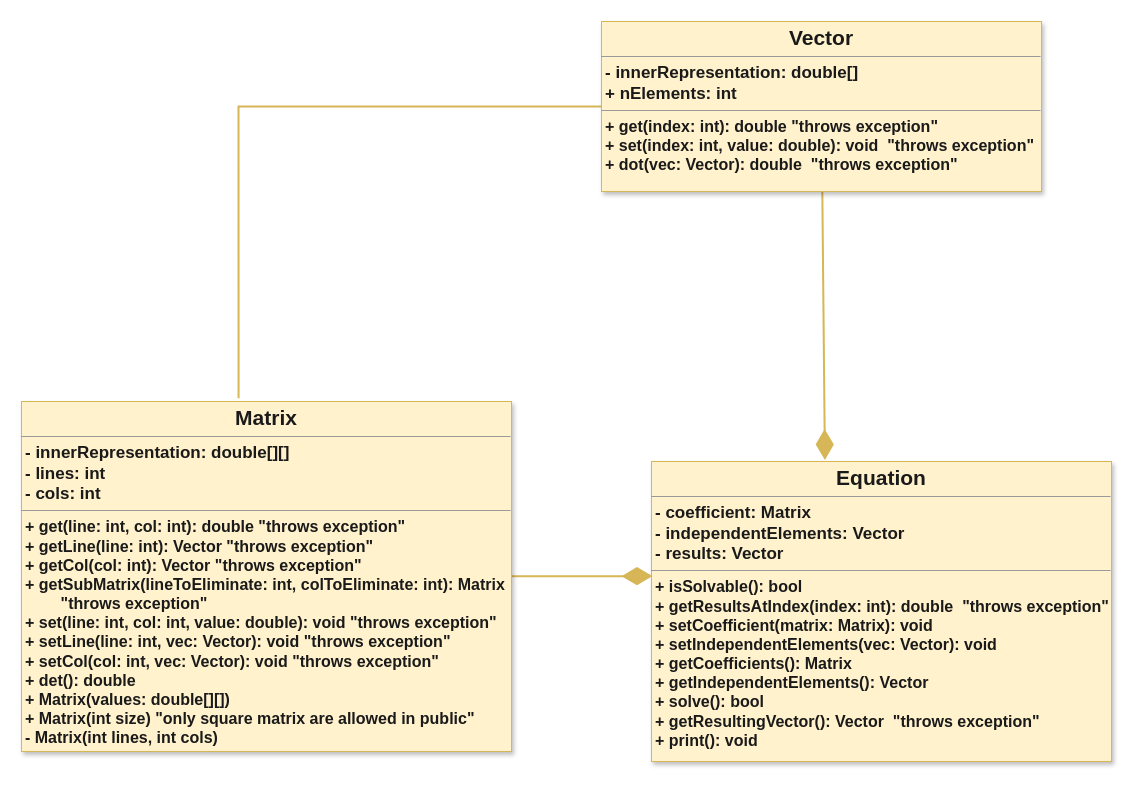
This is diagrams/KramerSolver.drawio from Sophi301/Kramer, a draw.io file, before an edit. Source tidied: cells renumbered, new cells numbered last; positions are measured from the earlier drawing's top-left corner, leaving out a move shared by most shapes. Both pictures are drawn from the tidied source at 100%, with x=0, y=0 at pixel (21, 21).
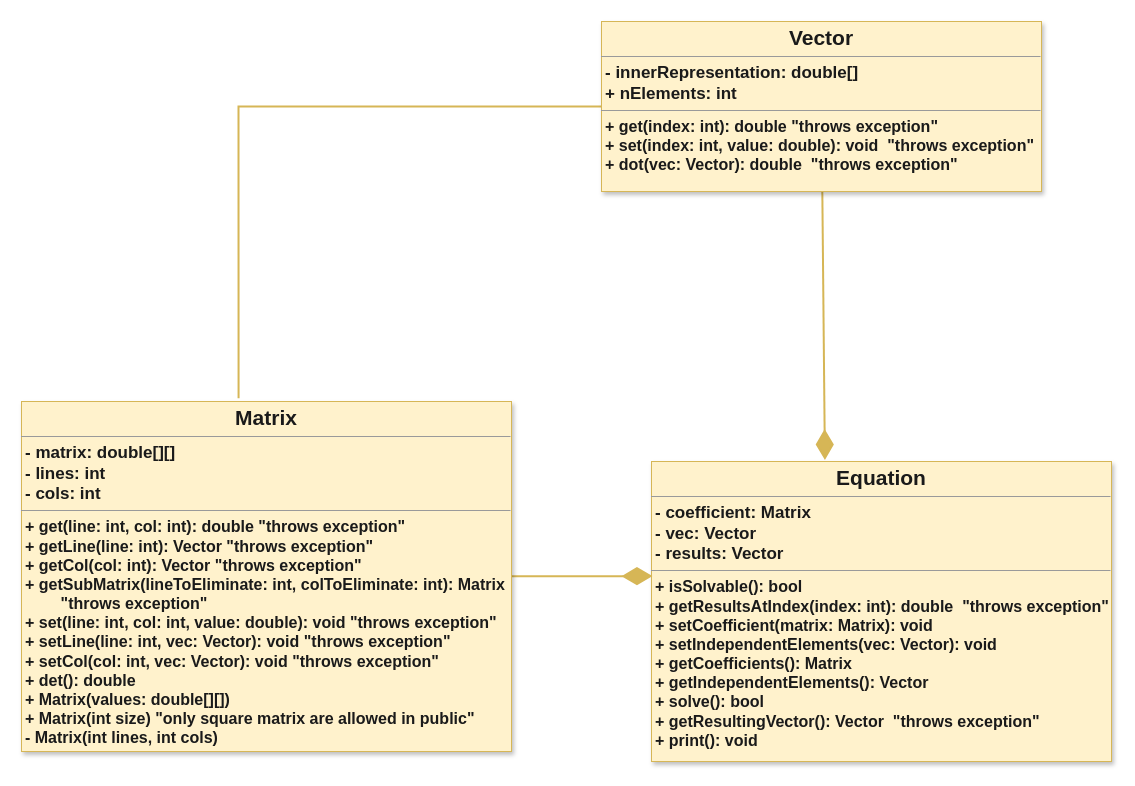
The same page after the edit.

Diff of the diagram source:
```diff
@@
 <mxGraphModel>
   <root>
     <mxCell id="0" />
     <mxCell id="1" parent="0" />
-    <mxCell id="2" value="&lt;p style=&quot;text-align: center ; margin: 4px 0px 0px&quot;&gt;&lt;b&gt;&lt;font style=&quot;font-size: 21px&quot;&gt;Equation&lt;/font&gt;&lt;/b&gt;&lt;/p&gt;&lt;hr size=&quot;1&quot;&gt;&lt;p style=&quot;margin: 0px 0px 0px 4px ; font-size: 17px&quot;&gt;&lt;font style=&quot;font-size: 17px&quot;&gt;&lt;b&gt;- coefficient: Matrix&lt;/b&gt;&lt;/font&gt;&lt;/p&gt;&lt;p style=&quot;margin: 0px 0px 0px 4px ; font-size: 17px&quot;&gt;&lt;font style=&quot;font-size: 17px&quot;&gt;&lt;b&gt;- independentElements: Vector&lt;/b&gt;&lt;/font&gt;&lt;/p&gt;&lt;p style=&quot;margin: 0px 0px 0px 4px ; font-size: 17px&quot;&gt;&lt;font style=&quot;font-size: 17px&quot;&gt;&lt;b&gt;- results: Vector&lt;/b&gt;&lt;/font&gt;&lt;/p&gt;&lt;hr size=&quot;1&quot;&gt;&lt;p style=&quot;margin: 0px ; margin-left: 4px&quot;&gt;&lt;font size=&quot;3&quot;&gt;&lt;b&gt;+ isSolvable(): bool&lt;/b&gt;&lt;/font&gt;&lt;/p&gt;&lt;p style=&quot;margin: 0px ; margin-left: 4px&quot;&gt;&lt;font size=&quot;3&quot;&gt;&lt;b&gt;+ getResultsAtIndex(index: int): double&amp;nbsp; &quot;throws exception&quot;&lt;/b&gt;&lt;/font&gt;&lt;/p&gt;&lt;p style=&quot;margin: 0px ; margin-left: 4px&quot;&gt;&lt;font size=&quot;3&quot;&gt;&lt;b&gt;+ setCoefficient(matrix: Matrix): void&lt;/b&gt;&lt;/font&gt;&lt;/p&gt;&lt;p style=&quot;margin: 0px ; margin-left: 4px&quot;&gt;&lt;font size=&quot;3&quot;&gt;&lt;b&gt;+ setIndependentElements(vec: Vector): void&lt;/b&gt;&lt;/font&gt;&lt;/p&gt;&lt;p style=&quot;margin: 0px ; margin-left: 4px&quot;&gt;&lt;font size=&quot;3&quot;&gt;&lt;b&gt;+ getCoefficients(): Matrix&lt;/b&gt;&lt;/font&gt;&lt;/p&gt;&lt;p style=&quot;margin: 0px ; margin-left: 4px&quot;&gt;&lt;font size=&quot;3&quot;&gt;&lt;b&gt;+ getIndependentElements(): Vector&lt;/b&gt;&lt;/font&gt;&lt;/p&gt;&lt;p style=&quot;margin: 0px ; margin-left: 4px&quot;&gt;&lt;font size=&quot;3&quot;&gt;&lt;b&gt;+ solve(): bool&lt;/b&gt;&lt;/font&gt;&lt;/p&gt;&lt;p style=&quot;margin: 0px ; margin-left: 4px&quot;&gt;&lt;font size=&quot;3&quot;&gt;&lt;b&gt;+ getResultingVector(): Vector&amp;nbsp; &quot;throws exception&quot;&lt;/b&gt;&lt;/font&gt;&lt;/p&gt;&lt;p style=&quot;margin: 0px ; margin-left: 4px&quot;&gt;&lt;font size=&quot;3&quot;&gt;&lt;b&gt;+ print(): void&lt;/b&gt;&lt;/font&gt;&lt;/p&gt;" style="verticalAlign=top;align=left;overflow=fill;fontSize=12;fontFamily=Helvetica;html=1;gradientDirection=west;rounded=0;glass=0;shadow=1;strokeWidth=1;fillColor=#fff2cc;strokeColor=#d6b656;fontColor=#1A1A1A;" parent="1" vertex="1">
+    <mxCell id="2" value="&lt;p style=&quot;text-align: center ; margin: 4px 0px 0px&quot;&gt;&lt;b&gt;&lt;font style=&quot;font-size: 21px&quot;&gt;Equation&lt;/font&gt;&lt;/b&gt;&lt;/p&gt;&lt;hr size=&quot;1&quot;&gt;&lt;p style=&quot;margin: 0px 0px 0px 4px ; font-size: 17px&quot;&gt;&lt;font style=&quot;font-size: 17px&quot;&gt;&lt;b&gt;- coefficient: Matrix&lt;/b&gt;&lt;/font&gt;&lt;/p&gt;&lt;p style=&quot;margin: 0px 0px 0px 4px ; font-size: 17px&quot;&gt;&lt;font style=&quot;font-size: 17px&quot;&gt;&lt;b&gt;- vec: Vector&lt;/b&gt;&lt;/font&gt;&lt;/p&gt;&lt;p style=&quot;margin: 0px 0px 0px 4px ; font-size: 17px&quot;&gt;&lt;font style=&quot;font-size: 17px&quot;&gt;&lt;b&gt;- results: Vector&lt;/b&gt;&lt;/font&gt;&lt;/p&gt;&lt;hr size=&quot;1&quot;&gt;&lt;p style=&quot;margin: 0px ; margin-left: 4px&quot;&gt;&lt;font size=&quot;3&quot;&gt;&lt;b&gt;+ isSolvable(): bool&lt;/b&gt;&lt;/font&gt;&lt;/p&gt;&lt;p style=&quot;margin: 0px ; margin-left: 4px&quot;&gt;&lt;font size=&quot;3&quot;&gt;&lt;b&gt;+ getResultsAtIndex(index: int): double&amp;nbsp; &quot;throws exception&quot;&lt;/b&gt;&lt;/font&gt;&lt;/p&gt;&lt;p style=&quot;margin: 0px ; margin-left: 4px&quot;&gt;&lt;font size=&quot;3&quot;&gt;&lt;b&gt;+ setCoefficient(matrix: Matrix): void&lt;/b&gt;&lt;/font&gt;&lt;/p&gt;&lt;p style=&quot;margin: 0px ; margin-left: 4px&quot;&gt;&lt;font size=&quot;3&quot;&gt;&lt;b&gt;+ setIndependentElements(vec: Vector): void&lt;/b&gt;&lt;/font&gt;&lt;/p&gt;&lt;p style=&quot;margin: 0px ; margin-left: 4px&quot;&gt;&lt;font size=&quot;3&quot;&gt;&lt;b&gt;+ getCoefficients(): Matrix&lt;/b&gt;&lt;/font&gt;&lt;/p&gt;&lt;p style=&quot;margin: 0px ; margin-left: 4px&quot;&gt;&lt;font size=&quot;3&quot;&gt;&lt;b&gt;+ getIndependentElements(): Vector&lt;/b&gt;&lt;/font&gt;&lt;/p&gt;&lt;p style=&quot;margin: 0px ; margin-left: 4px&quot;&gt;&lt;font size=&quot;3&quot;&gt;&lt;b&gt;+ solve(): bool&lt;/b&gt;&lt;/font&gt;&lt;/p&gt;&lt;p style=&quot;margin: 0px ; margin-left: 4px&quot;&gt;&lt;font size=&quot;3&quot;&gt;&lt;b&gt;+ getResultingVector(): Vector&amp;nbsp; &quot;throws exception&quot;&lt;/b&gt;&lt;/font&gt;&lt;/p&gt;&lt;p style=&quot;margin: 0px ; margin-left: 4px&quot;&gt;&lt;font size=&quot;3&quot;&gt;&lt;b&gt;+ print(): void&lt;/b&gt;&lt;/font&gt;&lt;/p&gt;" style="verticalAlign=top;align=left;overflow=fill;fontSize=12;fontFamily=Helvetica;html=1;gradientDirection=west;rounded=0;glass=0;shadow=1;strokeWidth=1;fillColor=#fff2cc;strokeColor=#d6b656;fontColor=#1A1A1A;" parent="1" vertex="1">
       <mxGeometry x="630" y="440" width="460" height="300" as="geometry" />
     </mxCell>
     <mxCell id="3" style="edgeStyle=none;html=1;entryX=0.002;entryY=0.382;entryDx=0;entryDy=0;entryPerimeter=0;fontSize=21;fontColor=#1A1A1A;endArrow=diamondThin;endFill=1;endSize=25;strokeWidth=2;fillColor=#fff2cc;strokeColor=#d6b656;rounded=0;" parent="1" edge="1" source="4" target="2">
       <mxGeometry relative="1" as="geometry" />
     </mxCell>
-    <mxCell id="4" value="&lt;p style=&quot;text-align: center ; margin: 4px 0px 0px&quot;&gt;&lt;b&gt;&lt;font style=&quot;font-size: 21px&quot;&gt;Matrix&lt;/font&gt;&lt;/b&gt;&lt;/p&gt;&lt;hr size=&quot;1&quot;&gt;&lt;p style=&quot;margin: 0px 0px 0px 4px ; font-size: 17px&quot;&gt;&lt;b&gt;- innerRepresentation: double[][]&lt;/b&gt;&lt;/p&gt;&lt;p style=&quot;margin: 0px 0px 0px 4px ; font-size: 17px&quot;&gt;&lt;b&gt;- lines: int&lt;/b&gt;&lt;br&gt;&lt;/p&gt;&lt;p style=&quot;margin: 0px 0px 0px 4px ; font-size: 17px&quot;&gt;&lt;b&gt;- cols: int&lt;/b&gt;&lt;/p&gt;&lt;hr size=&quot;1&quot;&gt;&lt;p style=&quot;margin: 0px ; margin-left: 4px&quot;&gt;&lt;font size=&quot;3&quot;&gt;&lt;b&gt;+ get(line: int, col: int): double &quot;throws exception&quot;&lt;/b&gt;&lt;/font&gt;&lt;/p&gt;&lt;p style=&quot;margin: 0px ; margin-left: 4px&quot;&gt;&lt;font size=&quot;3&quot;&gt;&lt;b&gt;+ getLine(line: int): Vector &quot;throws exception&quot;&lt;/b&gt;&lt;/font&gt;&lt;/p&gt;&lt;p style=&quot;margin: 0px ; margin-left: 4px&quot;&gt;&lt;font size=&quot;3&quot;&gt;&lt;b&gt;+ getCol(col: int): Vector &quot;throws exception&quot;&lt;/b&gt;&lt;/font&gt;&lt;/p&gt;&lt;p style=&quot;margin: 0px ; margin-left: 4px&quot;&gt;&lt;font size=&quot;3&quot;&gt;&lt;b&gt;+ getSubMatrix(lineToEliminate: int, colToEliminate: int): Matrix&lt;/b&gt;&lt;/font&gt;&lt;/p&gt;&lt;p style=&quot;margin: 0px ; margin-left: 4px&quot;&gt;&lt;font size=&quot;3&quot;&gt;&lt;b&gt;&lt;span style=&quot;white-space: pre&quot;&gt;&#9;&lt;/span&gt;&quot;throws exception&quot;&lt;br&gt;&lt;/b&gt;&lt;/font&gt;&lt;/p&gt;&lt;p style=&quot;margin: 0px ; margin-left: 4px&quot;&gt;&lt;font size=&quot;3&quot;&gt;&lt;b&gt;+ set(line: int, col: int, value: double): void &quot;throws exception&quot;&lt;/b&gt;&lt;/font&gt;&lt;/p&gt;&lt;p style=&quot;margin: 0px ; margin-left: 4px&quot;&gt;&lt;font size=&quot;3&quot;&gt;&lt;b&gt;+ setLine(line: int, vec: Vector): void &quot;throws exception&quot;&lt;/b&gt;&lt;/font&gt;&lt;/p&gt;&lt;p style=&quot;margin: 0px ; margin-left: 4px&quot;&gt;&lt;font size=&quot;3&quot;&gt;&lt;b&gt;+ setCol(col: int, vec: Vector): void &quot;throws exception&quot;&lt;/b&gt;&lt;/font&gt;&lt;/p&gt;&lt;p style=&quot;margin: 0px ; margin-left: 4px&quot;&gt;&lt;font size=&quot;3&quot;&gt;&lt;b&gt;+ det(): double&lt;/b&gt;&lt;/font&gt;&lt;/p&gt;&lt;p style=&quot;margin: 0px ; margin-left: 4px&quot;&gt;&lt;font size=&quot;3&quot;&gt;&lt;b&gt;+ Matrix(values: double[][])&lt;/b&gt;&lt;/font&gt;&lt;/p&gt;&lt;p style=&quot;margin: 0px ; margin-left: 4px&quot;&gt;&lt;font size=&quot;3&quot;&gt;&lt;b&gt;+ Matrix(int size) &quot;only square matrix are allowed in public&quot;&lt;/b&gt;&lt;/font&gt;&lt;/p&gt;&lt;p style=&quot;margin: 0px ; margin-left: 4px&quot;&gt;&lt;font size=&quot;3&quot;&gt;&lt;b&gt;- Matrix(int lines, int cols)&lt;/b&gt;&lt;/font&gt;&lt;/p&gt;" style="verticalAlign=top;align=left;overflow=fill;fontSize=12;fontFamily=Helvetica;html=1;gradientDirection=west;rounded=0;glass=0;shadow=1;strokeWidth=1;fillColor=#fff2cc;strokeColor=#d6b656;fontColor=#1A1A1A;" parent="1" vertex="1">
+    <mxCell id="4" value="&lt;p style=&quot;text-align: center ; margin: 4px 0px 0px&quot;&gt;&lt;b&gt;&lt;font style=&quot;font-size: 21px&quot;&gt;Matrix&lt;/font&gt;&lt;/b&gt;&lt;/p&gt;&lt;hr size=&quot;1&quot;&gt;&lt;p style=&quot;margin: 0px 0px 0px 4px ; font-size: 17px&quot;&gt;&lt;b&gt;- matrix: double[][]&lt;/b&gt;&lt;/p&gt;&lt;p style=&quot;margin: 0px 0px 0px 4px ; font-size: 17px&quot;&gt;&lt;b&gt;- lines: int&lt;/b&gt;&lt;br&gt;&lt;/p&gt;&lt;p style=&quot;margin: 0px 0px 0px 4px ; font-size: 17px&quot;&gt;&lt;b&gt;- cols: int&lt;/b&gt;&lt;/p&gt;&lt;hr size=&quot;1&quot;&gt;&lt;p style=&quot;margin: 0px ; margin-left: 4px&quot;&gt;&lt;font size=&quot;3&quot;&gt;&lt;b&gt;+ get(line: int, col: int): double &quot;throws exception&quot;&lt;/b&gt;&lt;/font&gt;&lt;/p&gt;&lt;p style=&quot;margin: 0px ; margin-left: 4px&quot;&gt;&lt;font size=&quot;3&quot;&gt;&lt;b&gt;+ getLine(line: int): Vector &quot;throws exception&quot;&lt;/b&gt;&lt;/font&gt;&lt;/p&gt;&lt;p style=&quot;margin: 0px ; margin-left: 4px&quot;&gt;&lt;font size=&quot;3&quot;&gt;&lt;b&gt;+ getCol(col: int): Vector &quot;throws exception&quot;&lt;/b&gt;&lt;/font&gt;&lt;/p&gt;&lt;p style=&quot;margin: 0px ; margin-left: 4px&quot;&gt;&lt;font size=&quot;3&quot;&gt;&lt;b&gt;+ getSubMatrix(lineToEliminate: int, colToEliminate: int): Matrix&lt;/b&gt;&lt;/font&gt;&lt;/p&gt;&lt;p style=&quot;margin: 0px ; margin-left: 4px&quot;&gt;&lt;font size=&quot;3&quot;&gt;&lt;b&gt;&lt;span style=&quot;white-space: pre&quot;&gt;&#9;&lt;/span&gt;&quot;throws exception&quot;&lt;br&gt;&lt;/b&gt;&lt;/font&gt;&lt;/p&gt;&lt;p style=&quot;margin: 0px ; margin-left: 4px&quot;&gt;&lt;font size=&quot;3&quot;&gt;&lt;b&gt;+ set(line: int, col: int, value: double): void &quot;throws exception&quot;&lt;/b&gt;&lt;/font&gt;&lt;/p&gt;&lt;p style=&quot;margin: 0px ; margin-left: 4px&quot;&gt;&lt;font size=&quot;3&quot;&gt;&lt;b&gt;+ setLine(line: int, vec: Vector): void &quot;throws exception&quot;&lt;/b&gt;&lt;/font&gt;&lt;/p&gt;&lt;p style=&quot;margin: 0px ; margin-left: 4px&quot;&gt;&lt;font size=&quot;3&quot;&gt;&lt;b&gt;+ setCol(col: int, vec: Vector): void &quot;throws exception&quot;&lt;/b&gt;&lt;/font&gt;&lt;/p&gt;&lt;p style=&quot;margin: 0px ; margin-left: 4px&quot;&gt;&lt;font size=&quot;3&quot;&gt;&lt;b&gt;+ det(): double&lt;/b&gt;&lt;/font&gt;&lt;/p&gt;&lt;p style=&quot;margin: 0px ; margin-left: 4px&quot;&gt;&lt;font size=&quot;3&quot;&gt;&lt;b&gt;+ Matrix(values: double[][])&lt;/b&gt;&lt;/font&gt;&lt;/p&gt;&lt;p style=&quot;margin: 0px ; margin-left: 4px&quot;&gt;&lt;font size=&quot;3&quot;&gt;&lt;b&gt;+ Matrix(int size) &quot;only square matrix are allowed in public&quot;&lt;/b&gt;&lt;/font&gt;&lt;/p&gt;&lt;p style=&quot;margin: 0px ; margin-left: 4px&quot;&gt;&lt;font size=&quot;3&quot;&gt;&lt;b&gt;- Matrix(int lines, int cols)&lt;/b&gt;&lt;/font&gt;&lt;/p&gt;" style="verticalAlign=top;align=left;overflow=fill;fontSize=12;fontFamily=Helvetica;html=1;gradientDirection=west;rounded=0;glass=0;shadow=1;strokeWidth=1;fillColor=#fff2cc;strokeColor=#d6b656;fontColor=#1A1A1A;" parent="1" vertex="1">
       <mxGeometry y="380" width="490" height="350" as="geometry" />
     </mxCell>
     <mxCell id="5" style="edgeStyle=none;html=1;entryX=0.377;entryY=-0.005;entryDx=0;entryDy=0;fontSize=21;fontColor=#1A1A1A;endArrow=diamondThin;endFill=1;endSize=25;entryPerimeter=0;strokeWidth=2;fillColor=#fff2cc;strokeColor=#d6b656;rounded=0;" parent="1" edge="1" source="7" target="2">
       <mxGeometry relative="1" as="geometry" />
     </mxCell>
     <mxCell id="6" style="edgeStyle=none;html=1;entryX=0.443;entryY=-0.009;entryDx=0;entryDy=0;entryPerimeter=0;fontSize=21;fontColor=#1A1A1A;endArrow=none;endFill=0;endSize=25;strokeWidth=2;fillColor=#fff2cc;strokeColor=#d6b656;rounded=0;" parent="1" edge="1" source="7" target="4">
       <mxGeometry relative="1" as="geometry">
         <Array as="points">
           <mxPoint x="217" y="85" />
         </Array>
       </mxGeometry>
     </mxCell>
     <mxCell id="7" value="&lt;p style=&quot;text-align: center ; margin: 4px 0px 0px&quot;&gt;&lt;b&gt;&lt;font style=&quot;font-size: 21px&quot;&gt;Vector&lt;/font&gt;&lt;/b&gt;&lt;/p&gt;&lt;hr size=&quot;1&quot;&gt;&lt;p style=&quot;margin: 0px 0px 0px 4px ; font-size: 17px&quot;&gt;&lt;font style=&quot;font-size: 17px&quot;&gt;&lt;b&gt;- innerRepresentation: double[]&lt;/b&gt;&lt;/font&gt;&lt;/p&gt;&lt;p style=&quot;margin: 0px 0px 0px 4px ; font-size: 17px&quot;&gt;&lt;b&gt;+ nElements: int&lt;/b&gt;&lt;/p&gt;&lt;hr size=&quot;1&quot;&gt;&lt;p style=&quot;margin: 0px ; margin-left: 4px&quot;&gt;&lt;font size=&quot;3&quot;&gt;&lt;b&gt;+ get(index: int): double &quot;throws exception&quot;&amp;nbsp;&lt;/b&gt;&lt;/font&gt;&lt;/p&gt;&lt;p style=&quot;margin: 0px ; margin-left: 4px&quot;&gt;&lt;font size=&quot;3&quot;&gt;&lt;b&gt;+ set(index: int, value: double): void&amp;nbsp; &quot;throws exception&quot;&lt;/b&gt;&lt;/font&gt;&lt;/p&gt;&lt;p style=&quot;margin: 0px ; margin-left: 4px&quot;&gt;&lt;font size=&quot;3&quot;&gt;&lt;b&gt;+ dot(vec: Vector): double&amp;nbsp; &quot;throws exception&quot;&lt;/b&gt;&lt;/font&gt;&lt;/p&gt;" style="verticalAlign=top;align=left;overflow=fill;fontSize=12;fontFamily=Helvetica;html=1;gradientDirection=west;rounded=0;glass=0;shadow=1;strokeWidth=1;fillColor=#fff2cc;strokeColor=#d6b656;fontColor=#1A1A1A;" parent="1" vertex="1">
       <mxGeometry x="580" width="440" height="170" as="geometry" />
     </mxCell>
   </root>
 </mxGraphModel>
```
